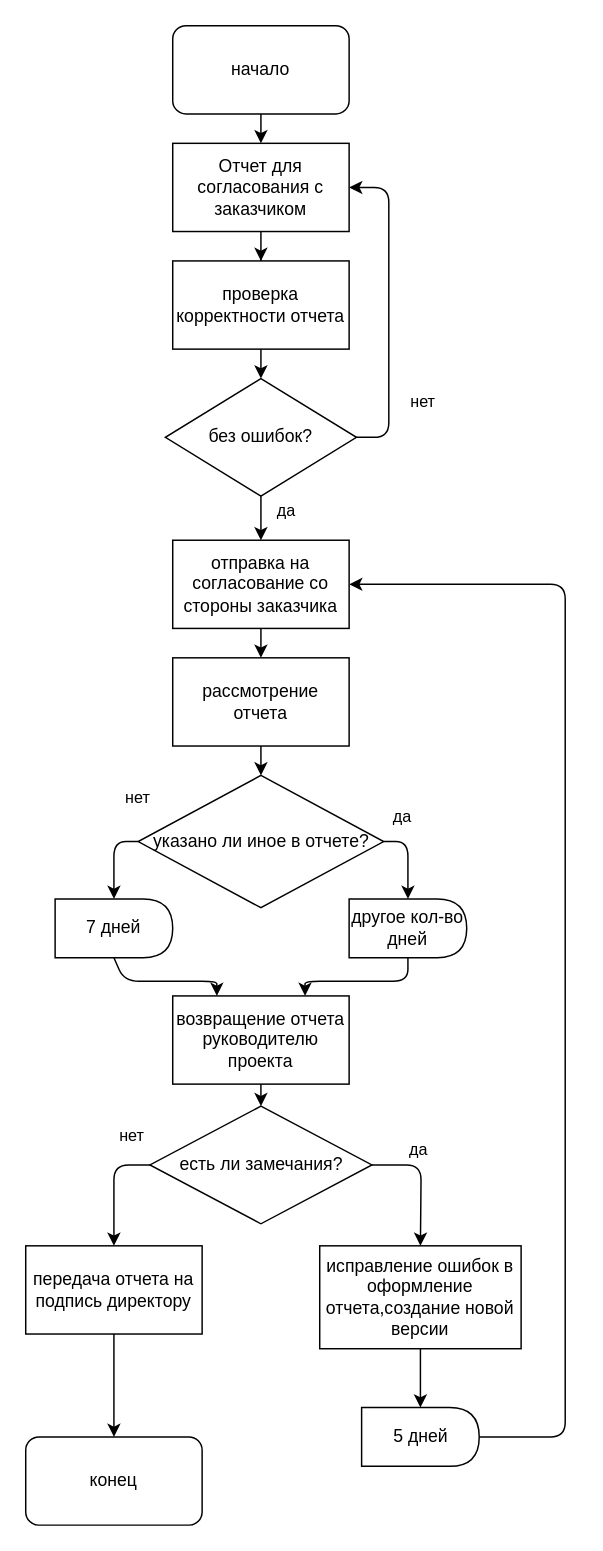
Before: page "Page-1" (1 of 5) of Untitled Diagram.drawio in petuxsgori/prakticheskaia_1, a draw.io diagram. Source tidied: cells renumbered, new cells numbered last; positions are measured from the earlier drawing's top-left corner, leaving out a move shared by most shapes. Both pictures are drawn from the tidied source at 147%, with x=0, y=0 at pixel (25, 25).
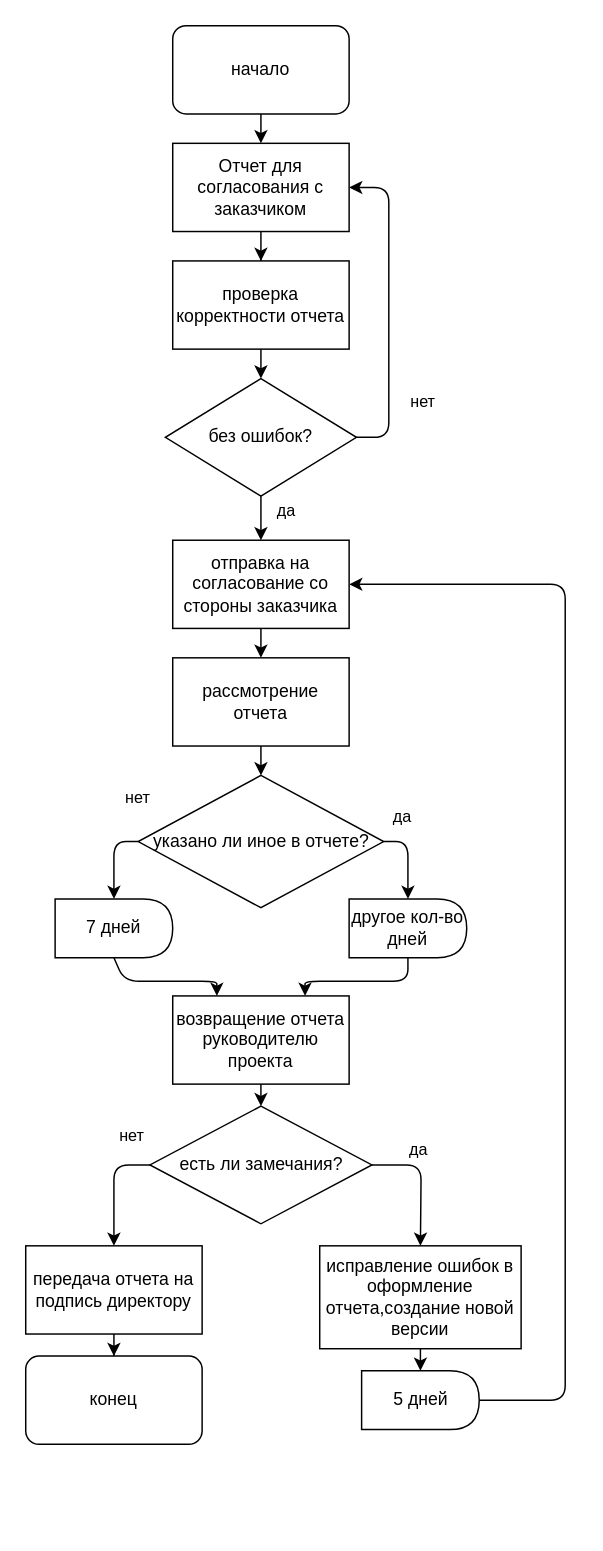
Above is the later version.

Unchanged cells that the change refers to:
```xml
<mxCell id="17" value="отправка на согласование со стороны заказчика" style="rounded=0;whiteSpace=wrap;html=1;" parent="1" vertex="1">
  <mxGeometry x="100" y="350" width="120" height="60" as="geometry" />
</mxCell>
<mxCell id="20" value="передача отчета на подпись директору" style="rounded=0;whiteSpace=wrap;html=1;" parent="1" vertex="1">
  <mxGeometry y="830" width="120" height="60" as="geometry" />
</mxCell>
```

What changed in the source:
```diff
@@
+    <mxCell id="34" style="edgeStyle=orthogonalEdgeStyle;rounded=0;jettySize=auto;html=1;exitX=0.5;exitY=1;exitDx=0;exitDy=0;" parent="1" edge="1" source="20" target="25">
+      <mxGeometry relative="1" as="geometry" />
+    </mxCell>
@@
     <mxCell id="22" value="5 дней" style="shape=delay;whiteSpace=wrap;html=1;" parent="1" vertex="1">
-      <mxGeometry x="228.5" y="940" width="80" height="40" as="geometry" />
+      <mxGeometry x="228.5" y="915" width="80" height="40" as="geometry" />
     </mxCell>
@@
     <mxCell id="25" value="конец" style="rounded=1;whiteSpace=wrap;html=1;" parent="1" vertex="1">
-      <mxGeometry y="960" width="120" height="60" as="geometry" />
+      <mxGeometry y="905" width="120" height="60" as="geometry" />
     </mxCell>
-    <mxCell id="26" style="endArrow=classic;html=1;exitX=0.5;exitY=1;exitDx=0;exitDy=0;" parent="1" edge="1" source="20">
-      <mxGeometry relative="1" as="geometry">
-        <mxPoint x="60" y="960" as="targetPoint" />
-      </mxGeometry>
-    </mxCell>
     <mxCell id="27" style="endArrow=classic;html=1;exitX=1;exitY=0.5;exitDx=0;exitDy=0;entryX=1;entryY=0.5;entryDx=0;entryDy=0;" parent="1" edge="1" source="22" target="17">
       <mxGeometry relative="1" as="geometry">
         <Array as="points">
-          <mxPoint x="367" y="960" />
+          <mxPoint x="367" y="935" />
           <mxPoint x="367" y="865" />
           <mxPoint x="367" y="380" />
         </Array>
       </mxGeometry>
     </mxCell>
```
